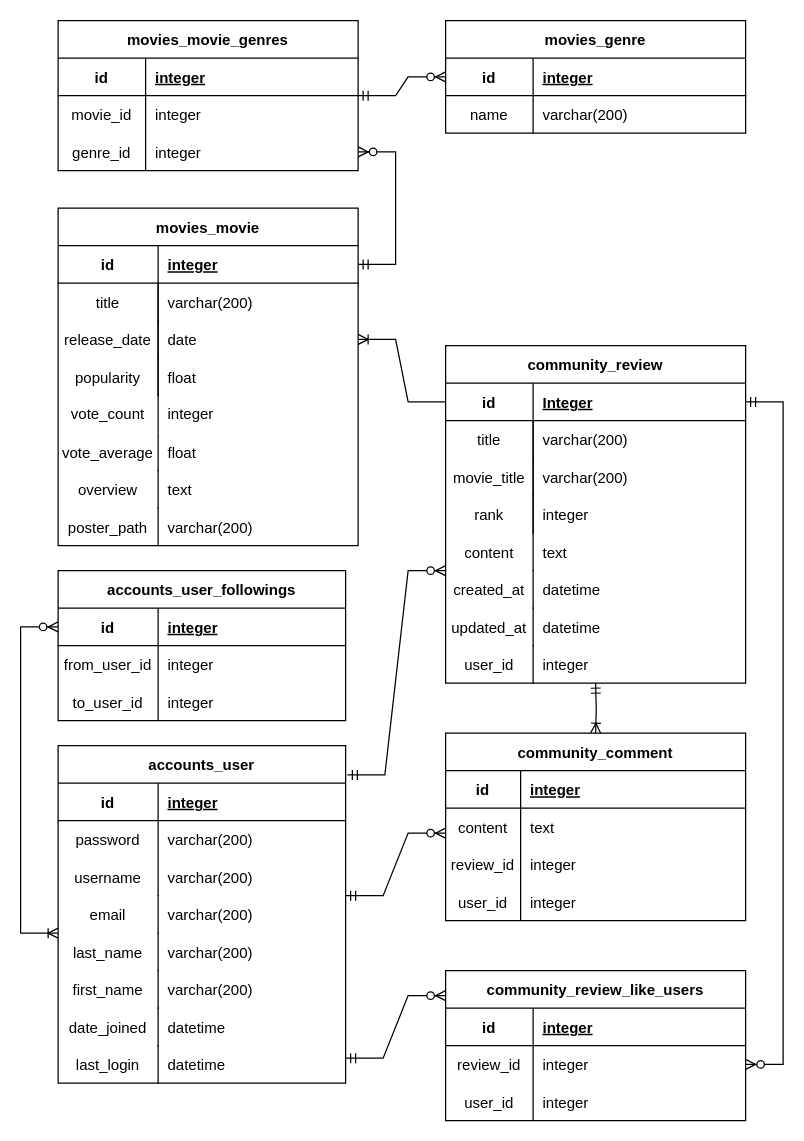
hanseungjune/ERD_MEMO keeps this draw.io diagram as ERD.drawio. Above is the earlier version. Source tidied: cells renumbered, new cells numbered last; positions are measured from the earlier drawing's top-left corner, leaving out a move shared by most shapes. Both pictures are drawn from the tidied source at 125%, with x=0, y=0 at pixel (20, 20).
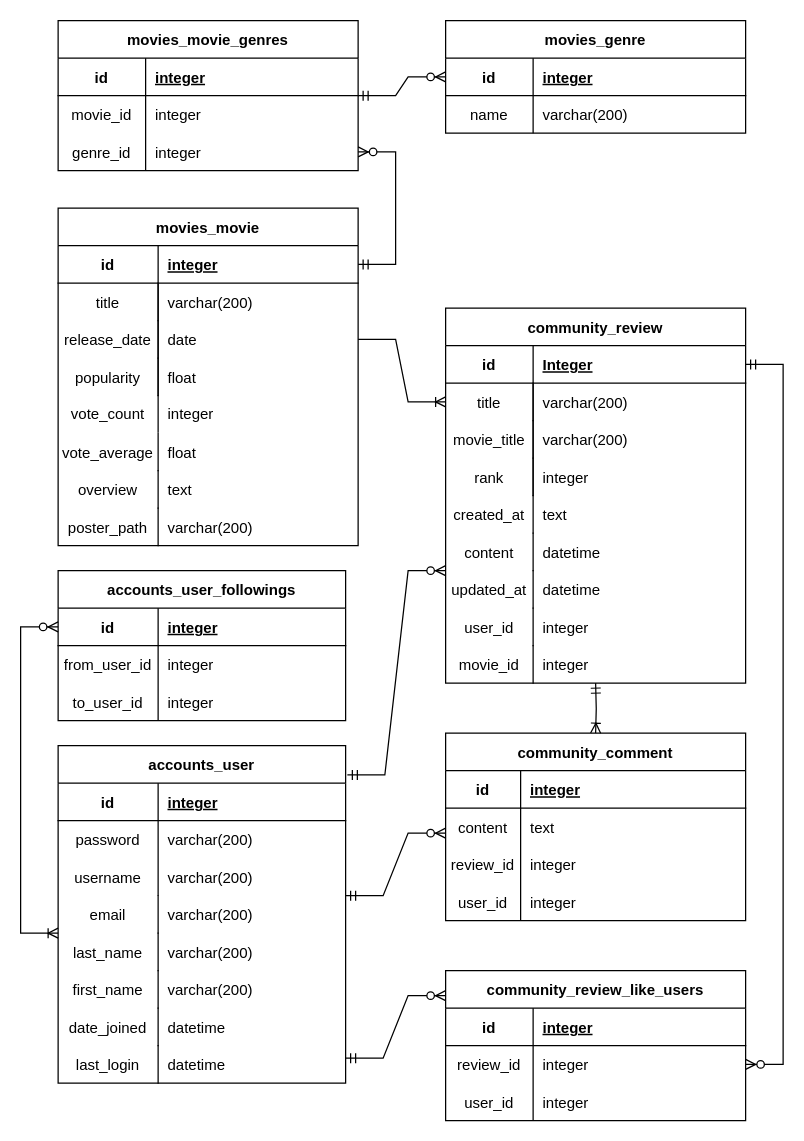
After the change.

Unchanged cells that the change refers to:
```xml
<mxCell id="9" style="shape=tableRow;horizontal=0;startSize=0;swimlaneHead=0;swimlaneBody=0;fillColor=none;points=[[0,0.5],[1,0.5]];portConstraint=eastwest;top=0;left=0;right=0;bottom=0;" parent="2" vertex="1">
  <mxGeometry y="90" width="240" height="30" as="geometry" />
</mxCell>
<mxCell id="16" style="shape=tableRow;horizontal=0;startSize=0;swimlaneHead=0;swimlaneBody=0;fillColor=none;points=[[0,0.5],[1,0.5]];portConstraint=eastwest;top=0;left=0;right=0;bottom=1;" parent="15" vertex="1">
  <mxGeometry y="30" width="240" height="30" as="geometry" />
</mxCell>
<mxCell id="19" style="shape=tableRow;horizontal=0;startSize=0;swimlaneHead=0;swimlaneBody=0;fillColor=none;points=[[0,0.5],[1,0.5]];portConstraint=eastwest;top=0;left=0;right=0;bottom=0;" parent="15" vertex="1">
  <mxGeometry y="60" width="240" height="30" as="geometry" />
</mxCell>
```

What changed in the source:
```diff
@@
     <mxCell id="15" value="community_review" style="shape=table;startSize=30;childLayout=tableLayout;rowLines=0;fontStyle=1;align=center;" parent="1" vertex="1">
-      <mxGeometry x="340" y="260" width="240" height="270" as="geometry" />
+      <mxGeometry x="340" y="230" width="240" height="300" as="geometry" />
     </mxCell>
@@
-    <mxCell id="28" style="edgeStyle=entityRelationEdgeStyle;fontSize=12;html=1;endArrow=ERoneToMany;rounded=0;exitX=0;exitY=0.5;exitDx=0;exitDy=0;entryX=1;entryY=0.5;entryDx=0;entryDy=0;" parent="1" edge="1" source="16" target="9">
+    <mxCell id="28" style="edgeStyle=entityRelationEdgeStyle;fontSize=12;html=1;endArrow=ERoneToMany;rounded=0;" parent="1" edge="1" source="9" target="19">
       <mxGeometry relative="1" as="geometry" />
     </mxCell>
@@
     <mxCell id="102" value="integer" style="shape=partialRectangle;fillColor=none;top=0;left=0;bottom=0;right=0;align=left;spacingLeft=6;overflow=hidden;" parent="1" vertex="1">
-      <mxGeometry x="410" y="500" width="170" height="30" as="geometry" />
+      <mxGeometry x="410" y="470" width="170" height="30" as="geometry" />
     </mxCell>
     <mxCell id="103" value="user_id" style="shape=partialRectangle;fillColor=none;top=0;left=0;bottom=0;right=1;overflow=hidden;" parent="1" vertex="1">
-      <mxGeometry x="340" y="500" width="70" height="30" as="geometry" />
+      <mxGeometry x="340" y="470" width="70" height="30" as="geometry" />
     </mxCell>
     <mxCell id="104" value="datetime" style="shape=partialRectangle;fillColor=none;top=0;left=0;bottom=0;right=0;align=left;spacingLeft=6;overflow=hidden;" parent="1" vertex="1">
-      <mxGeometry x="410" y="470" width="170" height="30" as="geometry" />
+      <mxGeometry x="410" y="440" width="170" height="30" as="geometry" />
     </mxCell>
     <mxCell id="105" value="updated_at" style="shape=partialRectangle;fillColor=none;top=0;left=0;bottom=0;right=1;overflow=hidden;" parent="1" vertex="1">
-      <mxGeometry x="340" y="470" width="70" height="30" as="geometry" />
+      <mxGeometry x="340" y="440" width="70" height="30" as="geometry" />
     </mxCell>
     <mxCell id="106" value="datetime" style="shape=partialRectangle;fillColor=none;top=0;left=0;bottom=0;right=0;align=left;spacingLeft=6;overflow=hidden;" parent="1" vertex="1">
-      <mxGeometry x="410" y="440" width="170" height="30" as="geometry" />
+      <mxGeometry x="410" y="410" width="170" height="30" as="geometry" />
     </mxCell>
     <mxCell id="107" value="created_at" style="shape=partialRectangle;fillColor=none;top=0;left=0;bottom=0;right=1;overflow=hidden;" parent="1" vertex="1">
-      <mxGeometry x="340" y="440" width="70" height="30" as="geometry" />
+      <mxGeometry x="340" y="380" width="70" height="30" as="geometry" />
     </mxCell>
@@
     <mxCell id="109" value="text" style="shape=partialRectangle;fillColor=none;top=0;left=0;bottom=0;right=0;align=left;spacingLeft=6;overflow=hidden;" parent="1" vertex="1">
-      <mxGeometry x="410" y="410" width="170" height="30" as="geometry" />
+      <mxGeometry x="410" y="380" width="170" height="30" as="geometry" />
     </mxCell>
@@
+    <mxCell id="134" value="integer" style="shape=partialRectangle;fillColor=none;top=0;left=0;bottom=0;right=0;align=left;spacingLeft=6;overflow=hidden;" parent="1" vertex="1">
+      <mxGeometry x="410" y="500" width="170" height="30" as="geometry" />
+    </mxCell>
+    <mxCell id="135" value="movie_id" style="shape=partialRectangle;fillColor=none;top=0;left=0;bottom=0;right=1;overflow=hidden;" parent="1" vertex="1">
+      <mxGeometry x="340" y="500" width="70" height="30" as="geometry" />
+    </mxCell>
```
